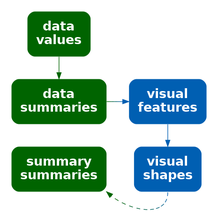
Above: Diagrams/data-stat-vis-shape-stat.png in pmur002/hdvw (Graphviz), before the change. Its source is kept beside it as Diagrams/data-stat-vis-shape-stat.dot.
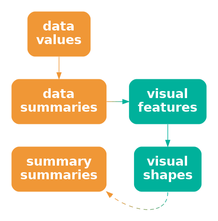
Later version of the same file.

Change to the diagram source:
```diff
@@ -1,17 +1,17 @@
 digraph {
   graph [ rankdir=LR; margin=.2; nodesep=.5 ];
   node [ fontsize=20; fontname="sans bold"; margin=.2 ];
-  data [ label="data\nvalues"; shape=box; style="filled, rounded"; penwidth=0; fontcolor=white; fillcolor="#006400" ]
-  stat [ label="data\nsummaries"; shape=box; style="filled, rounded"; penwidth=0; fontcolor=white; fillcolor="#006400" ]
-  stat2 [ label="summary\nsummaries"; shape=box; style="filled, rounded"; penwidth=0; fontcolor=white; fillcolor="#006400" ]
+  data [ label="data\nvalues"; shape=box; style="filled, rounded"; penwidth=0; fontcolor=white; fillcolor="#F09736" ]
+  stat [ label="data\nsummaries"; shape=box; style="filled, rounded"; penwidth=0; fontcolor=white; fillcolor="#F09736" ]
+  stat2 [ label="summary\nsummaries"; shape=box; style="filled, rounded"; penwidth=0; fontcolor=white; fillcolor="#F09736" ]
   vis [ label="visual\nfeatures"; shape=box;
-     style="filled, rounded"; penwidth=0; fontcolor=white; fillcolor="#005FB2" ]
+     style="filled, rounded"; penwidth=0; fontcolor=white; fillcolor="#00B19B" ]
   shape [ label="visual\nshapes"; shape=box;
-       style="filled, rounded"; penwidth=0; fontcolor=white; fillcolor="#005FB2" ]
-  data -> stat [ color="#006400" ]
-  stat -> vis [ color="#006400;0.1:#006314;0.1:#006328;0.1:#00623B;0.1:#00624F;0.1:#006163;0.1:#006177;0.1:#00608A;0.1:#00609E;0.1:#005FB2;0.1" ]
-  vis -> shape [ color="#005FB2" ]
-  shape:s -> stat2:se [ style="dashed", color="#005FB2;0.1:#00609E;0.1:#00608A;0.1:#006177;0.1:#006163;0.1:#00624F;0.1:#00623B;0.1:#006328;0.1:#006314;0.1:#006400;0.1" ]
+       style="filled, rounded"; penwidth=0; fontcolor=white; fillcolor="#00B19B" ]
+  data -> stat [ color="#F09736" ]
+  stat -> vis [ color="#F09736;0.1:#D59A41;0.1:#BB9D4C;0.1:#A0A058;0.1:#85A363;0.1:#6BA56E;0.1:#50A879;0.1:#35AB85;0.1:#1BAE90;0.1:#00B19B;0.1" ]
+  vis -> shape [ color="#00B19B" ]
+  shape:s -> stat2:se [ style="dashed", color="#00B19B;0.1:#1BAE90;0.1:#35AB85;0.1:#50A879;0.1:#6BA56E;0.1:#85A363;0.1:#A0A058;0.1:#BB9D4C;0.1:#D59A41;0.1:#F09736;0.1" ]
 { rank=same; data, stat }
 { rank=same; data, stat2 }
 { rank=same; vis, shape }
```
